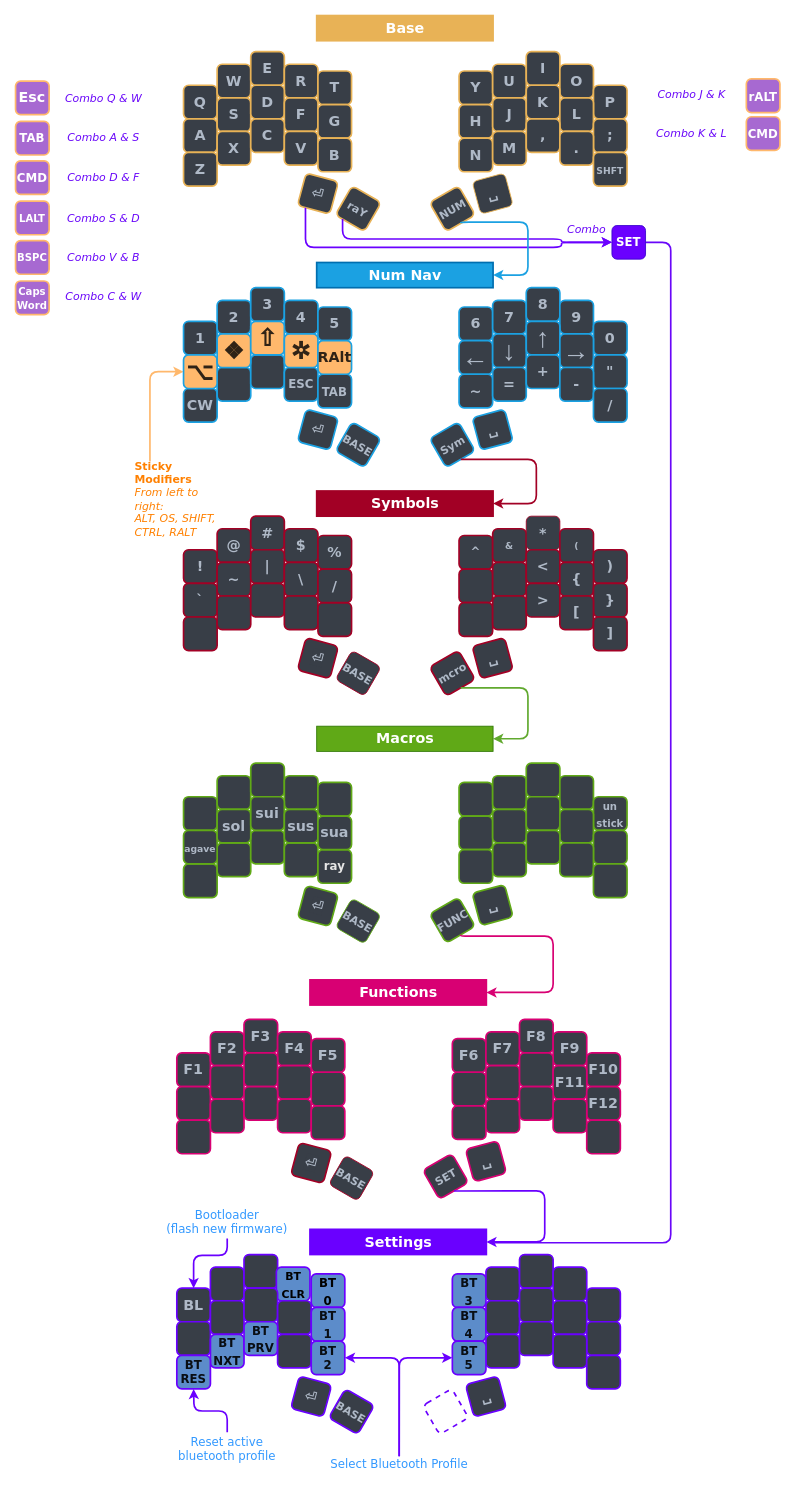
The draw.io diagram ZMK_Sweep_qwerty.drawio in acchapm1/zmk-config, before the edit. Source tidied: cells renumbered, new cells numbered last; positions are measured from the earlier drawing's top-left corner, leaving out a move shared by most shapes. Both pictures are drawn from the tidied source at 84%, with x=0, y=0 at pixel (15, 15).
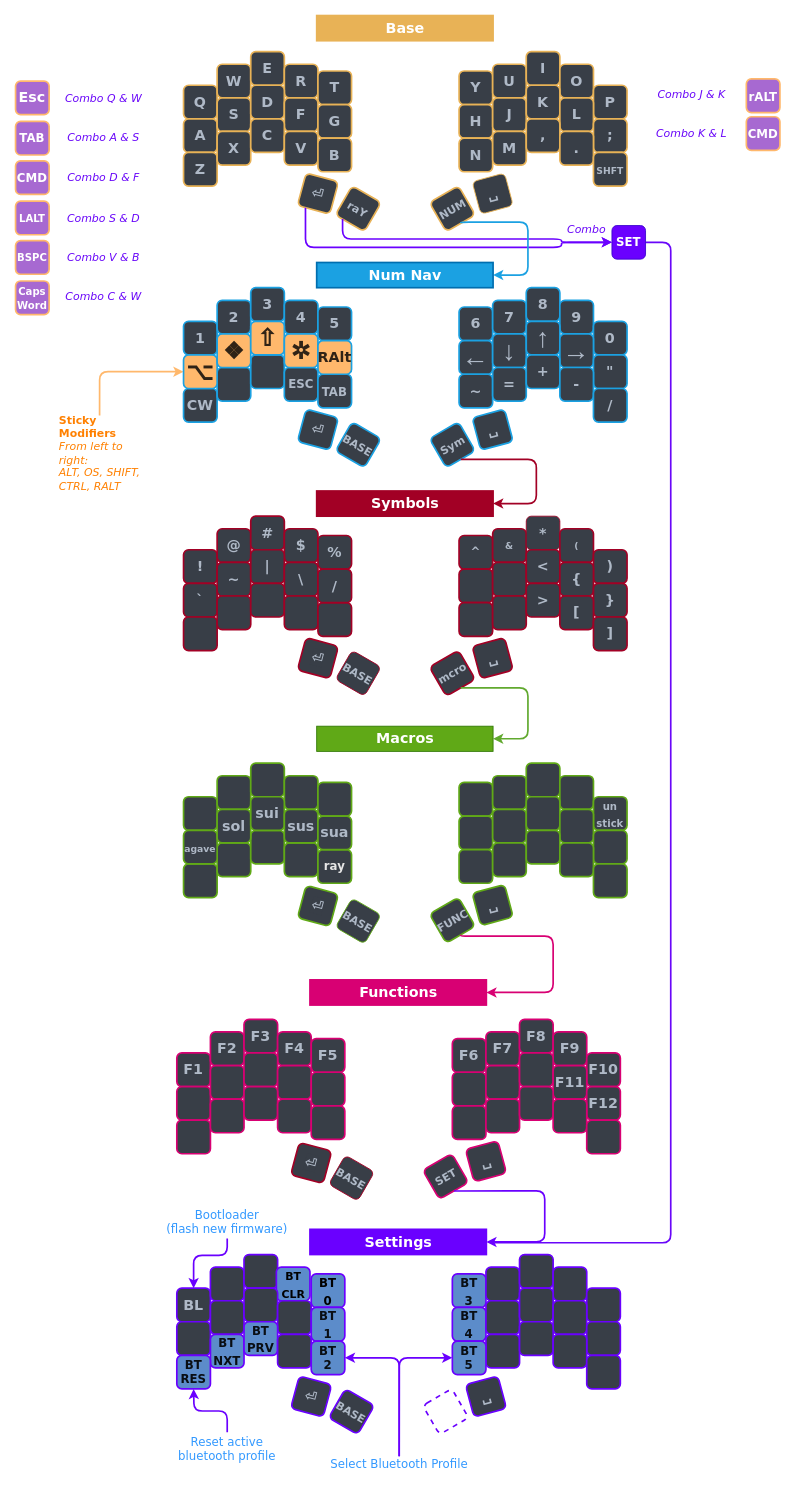
Above is the later version.

The change refers to these unchanged cells:
```xml
<mxCell id="218" value="&lt;span style=&quot;font-family: &amp;quot;segoe ui emoji&amp;quot;, &amp;quot;apple color emoji&amp;quot;, &amp;quot;noto color emoji&amp;quot;; font-size: 28px;&quot;&gt;⌥&lt;/span&gt;" style="whiteSpace=wrap;html=1;fontSize=17;fontFamily=Verdana;fontStyle=1;fillColor=#ffb86c;strokeColor=#1BA1E2;fontColor=#302316;rounded=1;strokeWidth=2;" parent="1" vertex="1">
  <mxGeometry x="200" y="404" width="40" height="40" as="geometry" />
</mxCell>
```

Diff of the diagram source:
```diff
@@
-    <mxCell id="109" style="edgeStyle=orthogonalEdgeStyle;rounded=1;jettySize=auto;html=1;entryX=0;entryY=0.5;entryDx=0;entryDy=0;strokeColor=#FFB86C;strokeWidth=2;fontSize=12;fontColor=#AFB9C7;" parent="1" edge="1" source="110" target="218">
+    <mxCell id="109" style="edgeStyle=orthogonalEdgeStyle;rounded=1;jettySize=auto;html=1;entryX=0;entryY=0.5;entryDx=0;entryDy=0;strokeColor=#FFB86C;strokeWidth=2;fontSize=12;fontColor=#AFB9C7;exitX=0.455;exitY=0;exitDx=0;exitDy=0;exitPerimeter=0;" parent="1" edge="1" source="110" target="218">
       <mxGeometry relative="1" as="geometry">
         <Array as="points">
-          <mxPoint x="160" y="424" />
+          <mxPoint x="100" y="424" />
         </Array>
       </mxGeometry>
     </mxCell>
     <mxCell id="110" value="&lt;div&gt;&lt;b&gt;Sticky Modifiers&lt;/b&gt;&lt;/div&gt;&lt;div&gt;&lt;span&gt;&lt;i&gt;From left to right:&lt;/i&gt;&lt;/span&gt;&lt;/div&gt;&lt;div&gt;&lt;span&gt;&lt;i&gt;ALT, OS, SHIFT, CTRL, RALT&lt;/i&gt;&lt;/span&gt;&lt;/div&gt;" style="text;html=1;strokeColor=none;fillColor=none;align=left;verticalAlign=middle;whiteSpace=wrap;rounded=0;shadow=0;glass=0;sketch=0;fontFamily=Verdana;fontSize=13;fontColor=#FF8000;" parent="1" vertex="1">
-      <mxGeometry x="140" y="531" width="110" height="90" as="geometry" />
+      <mxGeometry x="50" y="476" width="110" height="90" as="geometry" />
     </mxCell>
```
